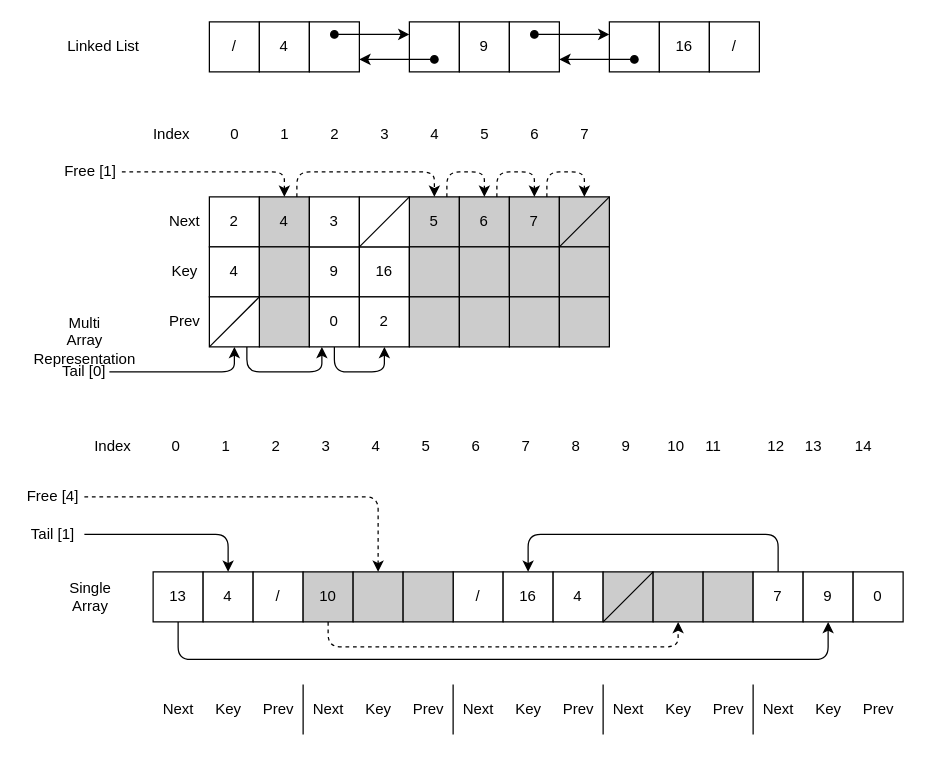
Earlier version of the draw.io diagram src/data_structures/pointers/Multi_array_pointer_free_space.drawio (pgryko/code_coffee_algorithms). Source tidied: cells renumbered, new cells numbered last; positions are measured from the earlier drawing's top-left corner, leaving out a move shared by most shapes. Both pictures are drawn from the tidied source at 125%, with x=0, y=0 at pixel (21, 21).
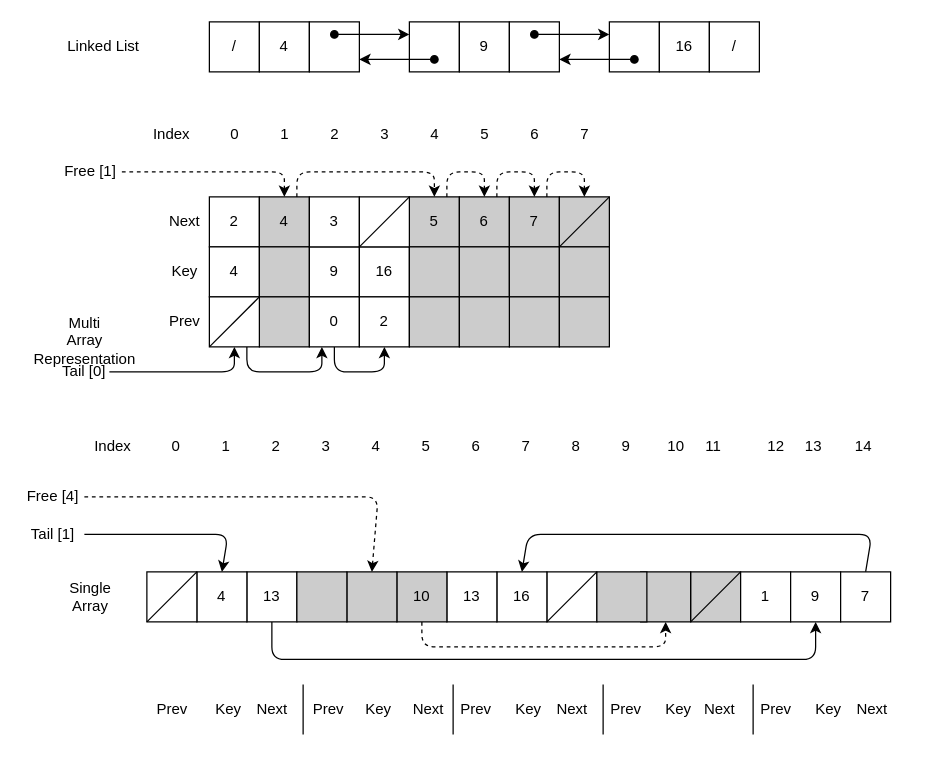
After the change.

Commit message (it also covers changes not shown here):
Fixed major mistake in diagrams

Change to the diagram source:
```diff
@@
     <mxCell id="50" value="13" style="whiteSpace=wrap;html=1;" parent="1" vertex="1">
-      <mxGeometry x="105" y="440" width="40" height="40" as="geometry" />
+      <mxGeometry x="180" y="440" width="40" height="40" as="geometry" />
     </mxCell>
     <mxCell id="51" value="4" style="whiteSpace=wrap;html=1;" parent="1" vertex="1">
-      <mxGeometry x="145" y="440" width="40" height="40" as="geometry" />
+      <mxGeometry x="140" y="440" width="40" height="40" as="geometry" />
     </mxCell>
-    <mxCell id="52" value="/" style="whiteSpace=wrap;html=1;" parent="1" vertex="1">
-      <mxGeometry x="185" y="440" width="40" height="40" as="geometry" />
+    <mxCell id="52" style="whiteSpace=wrap;html=1;" parent="1" vertex="1">
+      <mxGeometry x="100" y="440" width="40" height="40" as="geometry" />
     </mxCell>
-    <mxCell id="53" value="/" style="whiteSpace=wrap;html=1;" parent="1" vertex="1">
-      <mxGeometry x="345" y="440" width="40" height="40" as="geometry" />
+    <mxCell id="53" style="whiteSpace=wrap;html=1;" parent="1" vertex="1">
+      <mxGeometry x="420" y="440" width="40" height="40" as="geometry" />
     </mxCell>
     <mxCell id="54" value="16" style="whiteSpace=wrap;html=1;" parent="1" vertex="1">
-      <mxGeometry x="385" y="440" width="40" height="40" as="geometry" />
+      <mxGeometry x="380" y="440" width="40" height="40" as="geometry" />
     </mxCell>
-    <mxCell id="55" value="4" style="whiteSpace=wrap;html=1;" parent="1" vertex="1">
-      <mxGeometry x="425" y="440" width="40" height="40" as="geometry" />
+    <mxCell id="55" value="13" style="whiteSpace=wrap;html=1;" parent="1" vertex="1">
+      <mxGeometry x="340" y="440" width="40" height="40" as="geometry" />
     </mxCell>
     <mxCell id="56" style="whiteSpace=wrap;html=1;fillColor=#CCCCCC;" parent="1" vertex="1">
-      <mxGeometry x="465" y="440" width="40" height="40" as="geometry" />
+      <mxGeometry x="535" y="440" width="40" height="40" as="geometry" />
     </mxCell>
     <mxCell id="57" style="whiteSpace=wrap;html=1;fillColor=#CCCCCC;" parent="1" vertex="1">
-      <mxGeometry x="505" y="440" width="40" height="40" as="geometry" />
+      <mxGeometry x="495" y="440" width="40" height="40" as="geometry" />
     </mxCell>
     <mxCell id="58" style="whiteSpace=wrap;html=1;fillColor=#CCCCCC;" parent="1" vertex="1">
-      <mxGeometry x="545" y="440" width="40" height="40" as="geometry" />
+      <mxGeometry x="460" y="440" width="40" height="40" as="geometry" />
     </mxCell>
@@
     <mxCell id="60" value="Next" style="text;html=1;align=center;verticalAlign=middle;" parent="1" vertex="1">
-      <mxGeometry x="105" y="540" width="40" height="20" as="geometry" />
+      <mxGeometry x="180" y="540" width="40" height="20" as="geometry" />
     </mxCell>
     <mxCell id="61" value="Prev" style="text;html=1;align=center;verticalAlign=middle;" parent="1" vertex="1">
-      <mxGeometry x="185" y="540" width="40" height="20" as="geometry" />
+      <mxGeometry x="100" y="540" width="40" height="20" as="geometry" />
     </mxCell>
@@
     <mxCell id="76" value="Next" style="text;html=1;align=center;verticalAlign=middle;" parent="1" vertex="1">
-      <mxGeometry x="225" y="540" width="40" height="20" as="geometry" />
+      <mxGeometry x="305" y="540" width="40" height="20" as="geometry" />
     </mxCell>
     <mxCell id="77" value="Prev" style="text;html=1;align=center;verticalAlign=middle;" parent="1" vertex="1">
-      <mxGeometry x="305" y="540" width="40" height="20" as="geometry" />
+      <mxGeometry x="225" y="540" width="40" height="20" as="geometry" />
     </mxCell>
@@
     <mxCell id="79" value="Next" style="text;html=1;align=center;verticalAlign=middle;" parent="1" vertex="1">
-      <mxGeometry x="345" y="540" width="40" height="20" as="geometry" />
+      <mxGeometry x="420" y="540" width="40" height="20" as="geometry" />
     </mxCell>
     <mxCell id="80" value="Prev" style="text;html=1;align=center;verticalAlign=middle;" parent="1" vertex="1">
-      <mxGeometry x="425" y="540" width="40" height="20" as="geometry" />
+      <mxGeometry x="342.5" y="540" width="40" height="20" as="geometry" />
     </mxCell>
@@
     <mxCell id="95" style="endArrow=classic;html=1;exitX=0.5;exitY=1;exitDx=0;exitDy=0;entryX=0.5;entryY=1;entryDx=0;entryDy=0;" parent="1" edge="1" source="50" target="98">
       <mxGeometry relative="1" as="geometry">
         <Array as="points">
-          <mxPoint x="125" y="510" />
-          <mxPoint x="645" y="510" />
+          <mxPoint x="200" y="510" />
+          <mxPoint x="635" y="510" />
         </Array>
       </mxGeometry>
     </mxCell>
-    <mxCell id="96" style="endArrow=classic;html=1;exitX=0.5;exitY=0;exitDx=0;exitDy=0;entryX=0.5;entryY=0;entryDx=0;entryDy=0;" parent="1" edge="1" source="97" target="54">
+    <mxCell id="96" style="endArrow=classic;html=1;exitX=0.5;exitY=0;exitDx=0;exitDy=0;entryX=0.5;entryY=0;entryDx=0;entryDy=0;" parent="1" edge="1" source="99" target="54">
       <mxGeometry relative="1" as="geometry">
         <Array as="points">
-          <mxPoint x="605" y="410" />
+          <mxPoint x="680" y="410" />
           <mxPoint x="405" y="410" />
         </Array>
       </mxGeometry>
     </mxCell>
-    <mxCell id="97" value="7" style="whiteSpace=wrap;html=1;" parent="1" vertex="1">
-      <mxGeometry x="585" y="440" width="40" height="40" as="geometry" />
+    <mxCell id="97" value="1" style="whiteSpace=wrap;html=1;" parent="1" vertex="1">
+      <mxGeometry x="575" y="440" width="40" height="40" as="geometry" />
     </mxCell>
     <mxCell id="98" value="9" style="whiteSpace=wrap;html=1;" parent="1" vertex="1">
-      <mxGeometry x="625" y="440" width="40" height="40" as="geometry" />
+      <mxGeometry x="615" y="440" width="40" height="40" as="geometry" />
     </mxCell>
-    <mxCell id="99" value="0" style="whiteSpace=wrap;html=1;" parent="1" vertex="1">
-      <mxGeometry x="665" y="440" width="40" height="40" as="geometry" />
+    <mxCell id="99" value="7" style="whiteSpace=wrap;html=1;" parent="1" vertex="1">
+      <mxGeometry x="655" y="440" width="40" height="40" as="geometry" />
     </mxCell>
     <mxCell id="100" style="whiteSpace=wrap;html=1;fillColor=#CCCCCC;" parent="1" vertex="1">
-      <mxGeometry x="225" y="440" width="40" height="40" as="geometry" />
+      <mxGeometry x="300" y="440" width="40" height="40" as="geometry" />
     </mxCell>
     <mxCell id="101" style="whiteSpace=wrap;html=1;fillColor=#CCCCCC;" parent="1" vertex="1">
-      <mxGeometry x="265" y="440" width="40" height="40" as="geometry" />
+      <mxGeometry x="260" y="440" width="40" height="40" as="geometry" />
     </mxCell>
     <mxCell id="102" style="whiteSpace=wrap;html=1;fillColor=#CCCCCC;" parent="1" vertex="1">
-      <mxGeometry x="305" y="440" width="40" height="40" as="geometry" />
+      <mxGeometry x="220" y="440" width="40" height="40" as="geometry" />
     </mxCell>
@@
     <mxCell id="107" value="Next" style="text;html=1;align=center;verticalAlign=middle;" parent="1" vertex="1">
-      <mxGeometry x="465" y="540" width="40" height="20" as="geometry" />
+      <mxGeometry x="537.5" y="540" width="40" height="20" as="geometry" />
     </mxCell>
     <mxCell id="108" value="Prev" style="text;html=1;align=center;verticalAlign=middle;" parent="1" vertex="1">
-      <mxGeometry x="545" y="540" width="40" height="20" as="geometry" />
+      <mxGeometry x="462.5" y="540" width="40" height="20" as="geometry" />
     </mxCell>
@@
     <mxCell id="111" value="Next" style="text;html=1;align=center;verticalAlign=middle;" parent="1" vertex="1">
-      <mxGeometry x="585" y="540" width="40" height="20" as="geometry" />
+      <mxGeometry x="660" y="540" width="40" height="20" as="geometry" />
     </mxCell>
     <mxCell id="112" value="Prev" style="text;html=1;align=center;verticalAlign=middle;" parent="1" vertex="1">
-      <mxGeometry x="665" y="540" width="40" height="20" as="geometry" />
+      <mxGeometry x="582.5" y="540" width="40" height="20" as="geometry" />
     </mxCell>
@@
     <mxCell id="125" value="10" style="text;html=1;strokeColor=none;fillColor=none;align=center;verticalAlign=middle;whiteSpace=wrap;rounded=0;" parent="1" vertex="1">
-      <mxGeometry x="225" y="450" width="40" height="20" as="geometry" />
+      <mxGeometry x="300" y="450" width="40" height="20" as="geometry" />
     </mxCell>
@@
     <mxCell id="129" style="endArrow=classic;html=1;exitX=0.5;exitY=1;exitDx=0;exitDy=0;entryX=0.5;entryY=1;entryDx=0;entryDy=0;dashed=1;" parent="1" edge="1" source="100" target="57">
       <mxGeometry relative="1" as="geometry">
         <Array as="points">
-          <mxPoint x="245" y="500" />
-          <mxPoint x="525" y="500" />
+          <mxPoint x="320" y="500" />
+          <mxPoint x="515" y="500" />
         </Array>
       </mxGeometry>
     </mxCell>
+    <mxCell id="130" style="endArrow=none;html=1;exitX=0;exitY=1;exitDx=0;exitDy=0;entryX=1;entryY=0;entryDx=0;entryDy=0;" parent="1" edge="1" source="52" target="52">
+      <mxGeometry relative="1" as="geometry" />
+    </mxCell>
+    <mxCell id="131" style="endArrow=none;html=1;exitX=0;exitY=1;exitDx=0;exitDy=0;entryX=1;entryY=0;entryDx=0;entryDy=0;" parent="1" edge="1" source="53" target="53">
+      <mxGeometry relative="1" as="geometry" />
+    </mxCell>
```
